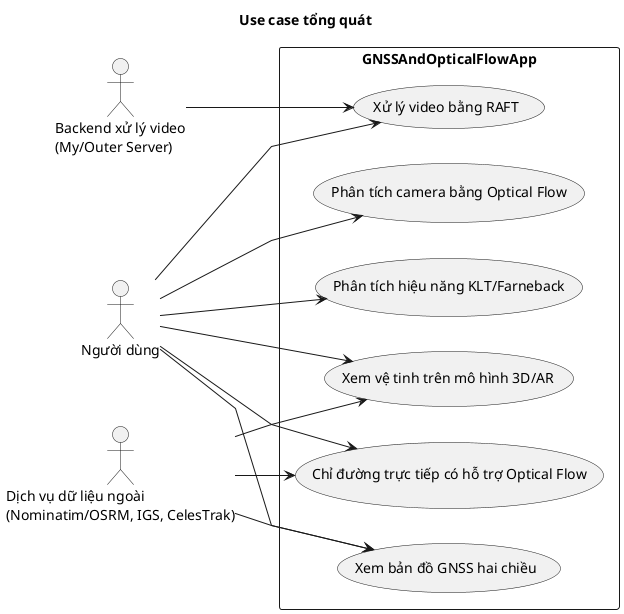
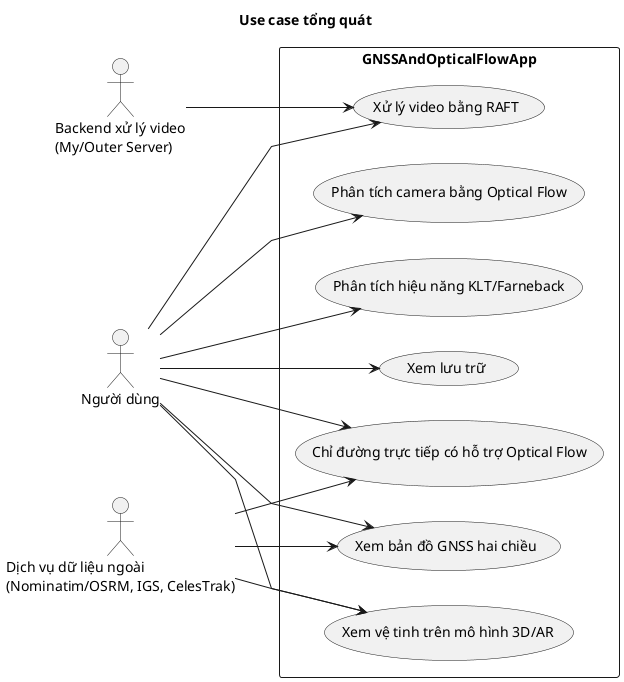
@startuml usecase_tong_quat
skinparam defaultFontName "Times New Roman"
skinparam linetype polyline
left to right direction
title Use case tổng quát
skinparam packageStyle rectangle

actor "Người dùng" as User
actor "Backend xử lý video\n(My/Outer Server)" as Backend
actor "Dịch vụ dữ liệu ngoài\n(Nominatim/OSRM, IGS, CelesTrak)" as External

rectangle "GNSSAndOpticalFlowApp" {
  usecase "Xem bản đồ GNSS hai chiều" as UC1
  usecase "Xem vệ tinh trên mô hình 3D/AR" as UC2
  usecase "Chỉ đường trực tiếp có hỗ trợ Optical Flow" as UC3
  usecase "Phân tích camera bằng Optical Flow" as UC4
  usecase "Phân tích hiệu năng KLT/Farneback" as UC5
  usecase "Xử lý video bằng RAFT" as UC6
+   usecase "Xem lưu trữ" as UC7
}

User --> UC1
User --> UC2
User --> UC3
User --> UC4
User --> UC5
User --> UC6
+ User --> UC7

External --> UC1
External --> UC2
External --> UC3
Backend --> UC6
@enduml
